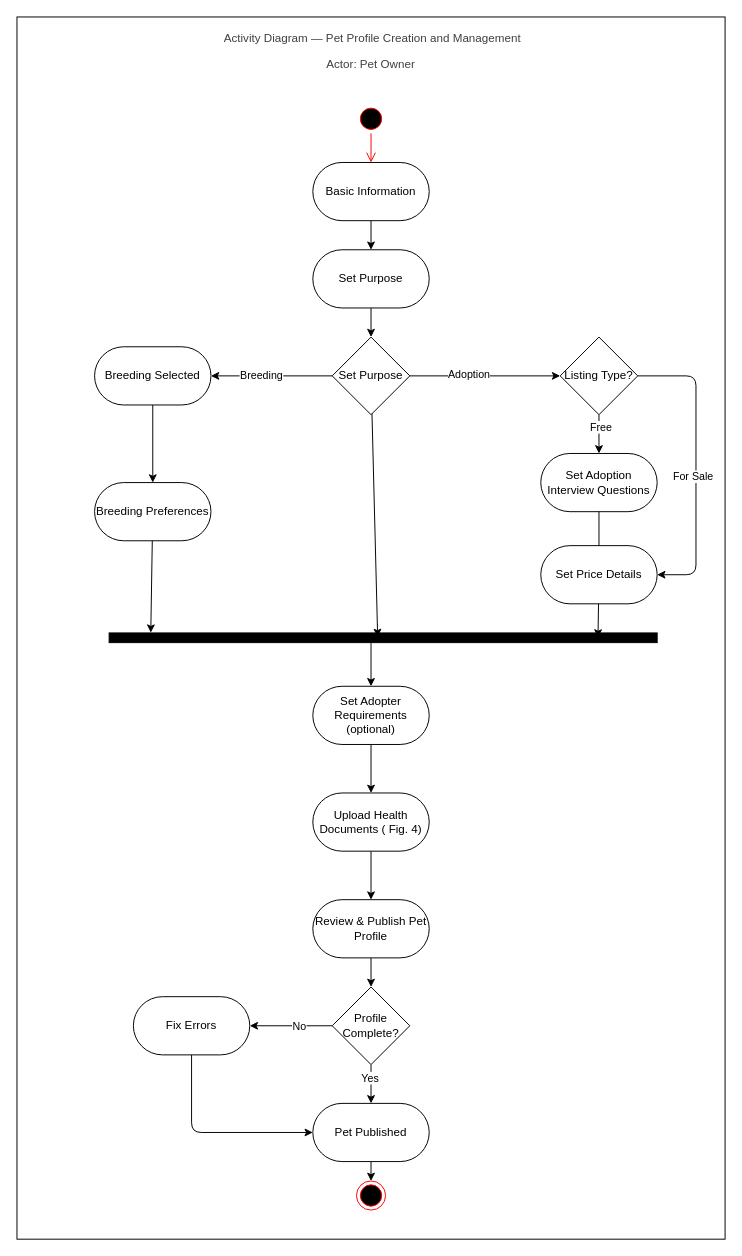
The draw.io diagram ActivityDiagram_Figure3_USALLA.drawio in Chels013/Breedr-Diagrams, before the edit. Source tidied: cells renumbered, new cells numbered last; positions are measured from the earlier drawing's top-left corner, leaving out a move shared by most shapes. Both pictures are drawn from the tidied source at 97%, with x=0, y=0 at pixel (16, 16).
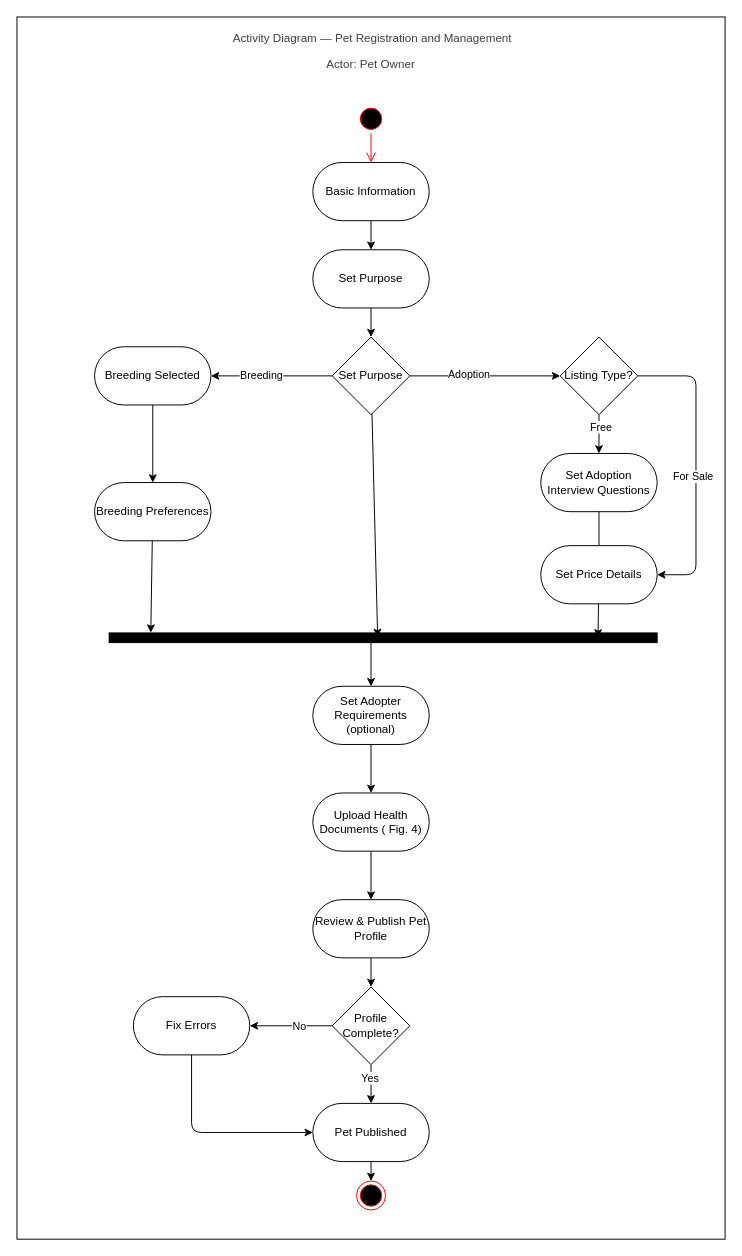
Above is the later version.

Commit message (it also covers changes not shown here):
Rename Activity Diagrams

Diff of the diagram source:
```diff
@@
-    <mxCell id="3" value="&lt;p&gt;&lt;span style=&quot;color: rgb(63, 63, 63); background-color: transparent;&quot;&gt;&amp;nbsp;Activity Diagram — Pet Profile Creation and Management&lt;/span&gt;&lt;/p&gt;&lt;p&gt;&lt;span style=&quot;color: rgb(63, 63, 63); background-color: transparent;&quot;&gt;Actor: Pet Owner&lt;/span&gt;&lt;/p&gt;" style="text;html=1;align=center;verticalAlign=middle;whiteSpace=wrap;rounded=0;" parent="1" vertex="1">
+    <mxCell id="3" value="&lt;p&gt;&lt;span style=&quot;color: rgb(63, 63, 63); background-color: transparent;&quot;&gt;&amp;nbsp;Activity Diagram —&amp;nbsp;&lt;/span&gt;&lt;span style=&quot;color: rgb(63, 63, 63); background-color: transparent;&quot;&gt;Pet Registration and Management&lt;/span&gt;&lt;/p&gt;&lt;p&gt;&lt;span style=&quot;color: rgb(63, 63, 63); background-color: transparent;&quot;&gt;Actor: Pet Owner&lt;/span&gt;&lt;/p&gt;" style="text;html=1;align=center;verticalAlign=middle;whiteSpace=wrap;rounded=0;" parent="1" vertex="1">
       <mxGeometry x="170" y="20" width="390" height="30" as="geometry" />
     </mxCell>
```
